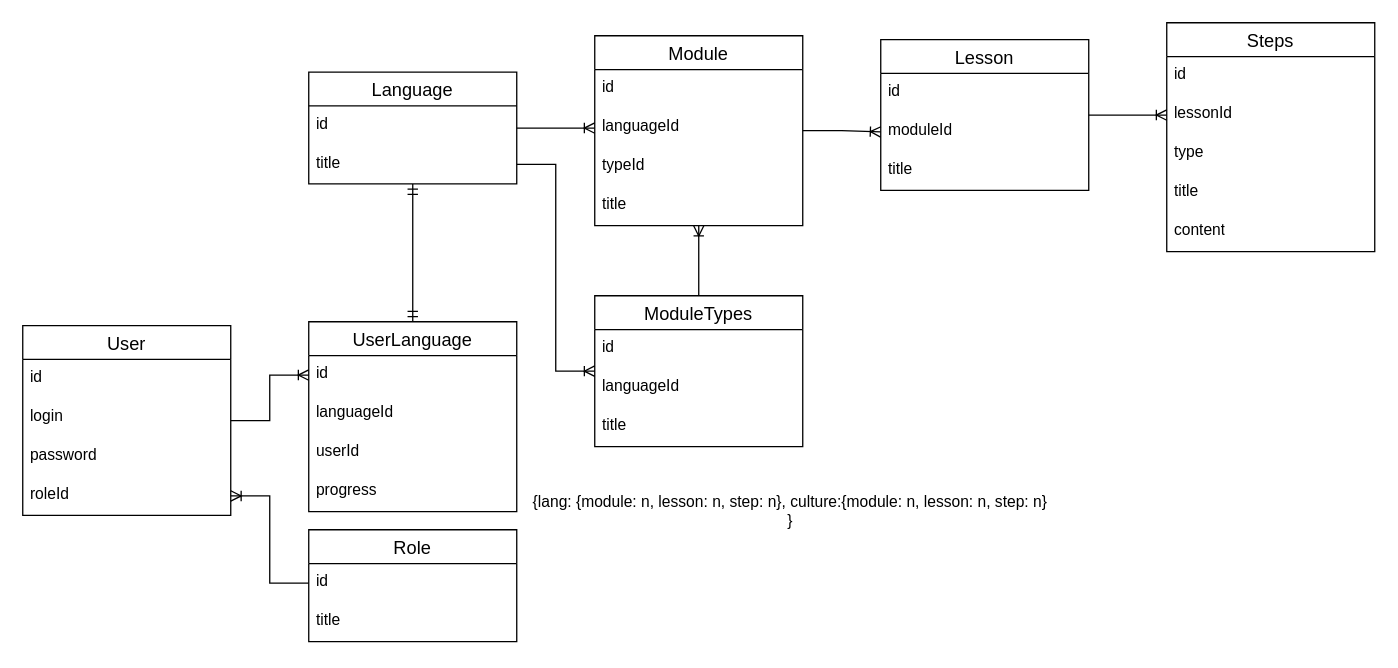
Above: server/LearLangServerModel.drawio in Arteminariy/LearnLang (draw.io), before the change. Source tidied: cells renumbered, new cells numbered last; positions are measured from the earlier drawing's top-left corner, leaving out a move shared by most shapes. Both pictures are drawn from the tidied source at 130%, with x=0, y=0 at pixel (22, 22).
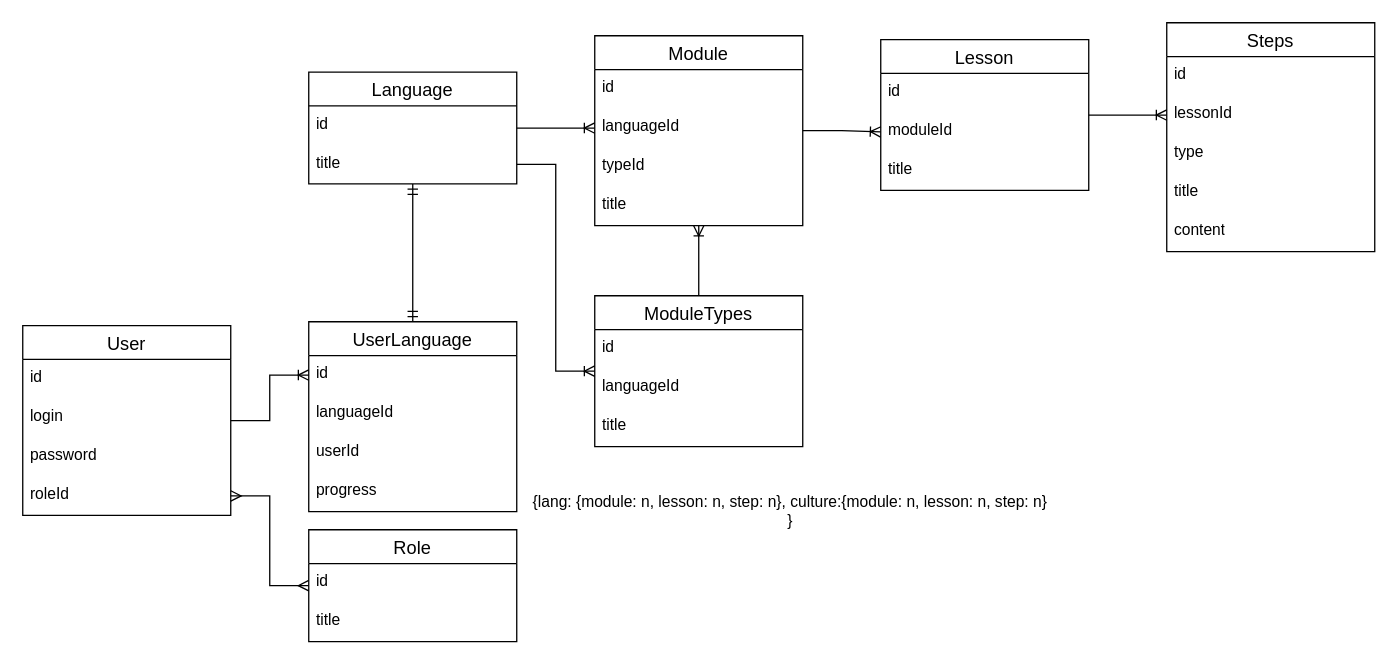
The same page after the edit.

Unchanged cells that the change refers to:
```xml
<mxCell id="27" value="roleId" style="text;strokeColor=none;fillColor=none;spacingLeft=4;spacingRight=4;overflow=hidden;points=[[0,0.5],[1,0.5]];portConstraint=eastwest;fontSize=12;whiteSpace=wrap;html=1;" parent="23" vertex="1">
  <mxGeometry y="116" width="160" height="30" as="geometry" />
</mxCell>
<mxCell id="43" value="Role" style="swimlane;fontStyle=0;horizontal=1;startSize=26;align=center;fontSize=14;" parent="1" vertex="1">
  <mxGeometry x="220" y="390" width="160" height="86" as="geometry" />
</mxCell>
<mxCell id="44" value="id" style="text;strokeColor=none;fillColor=none;spacingLeft=4;spacingRight=4;overflow=hidden;points=[[0,0.5],[1,0.5]];portConstraint=eastwest;fontSize=12;whiteSpace=wrap;html=1;" parent="43" vertex="1">
  <mxGeometry y="26" width="160" height="30" as="geometry" />
</mxCell>
```

Diff of the diagram source:
```diff
@@
-    <mxCell id="46" style="edgeStyle=entityRelationEdgeStyle;fontSize=12;html=1;endArrow=ERoneToMany;rounded=0;" parent="1" edge="1" source="44" target="27">
-      <mxGeometry relative="1" as="geometry" />
-    </mxCell>
+    <mxCell id="47" style="edgeStyle=entityRelationEdgeStyle;fontSize=12;html=1;endArrow=ERmany;startArrow=ERmany;rounded=0;" parent="1" edge="1" source="27" target="43">
+      <mxGeometry relative="1" as="geometry" />
+    </mxCell>
```
